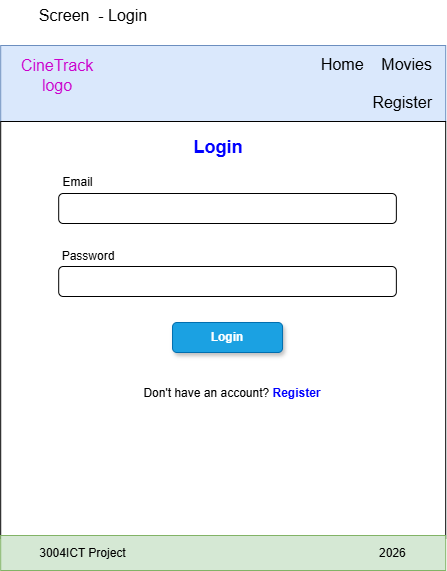
Earlier version of the draw.io export public/images/login.png (cherry4049/3004ICT-movie-watchlist). Source tidied: cells renumbered, new cells last; positions are measured from the earlier drawing's top-left corner, leaving out a move shared by most shapes.
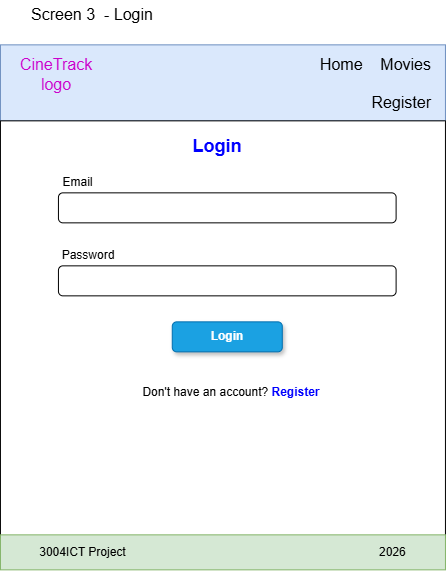
After the commit.

The edit, as a diff of the source:
```diff
@@ -17,7 +17,7 @@
     <mxCell id="6" value="&lt;font color=&quot;#0000ff&quot; style=&quot;font-size: 18px;&quot;&gt;&lt;b style=&quot;&quot;&gt;Login&lt;/b&gt;&lt;/font&gt;" style="text;html=1;whiteSpace=wrap;strokeColor=none;fillColor=none;align=center;verticalAlign=middle;rounded=0;" parent="1" vertex="1">
       <mxGeometry x="50.3" y="125" width="334" height="44" as="geometry" />
     </mxCell>
-    <mxCell id="7" value="Screen&amp;nbsp; - Login" style="text;html=1;whiteSpace=wrap;strokeColor=none;fillColor=none;align=center;verticalAlign=middle;rounded=0;fontSize=16;" parent="1" vertex="1">
+    <mxCell id="7" value="Screen 3&amp;nbsp; - Login" style="text;html=1;whiteSpace=wrap;strokeColor=none;fillColor=none;align=center;verticalAlign=middle;rounded=0;fontSize=16;" parent="1" vertex="1">
       <mxGeometry x="20.3" width="143.7" height="30" as="geometry" />
     </mxCell>
     <mxCell id="8" style="rounded=1;whiteSpace=wrap;html=1;" parent="1" vertex="1">
```
